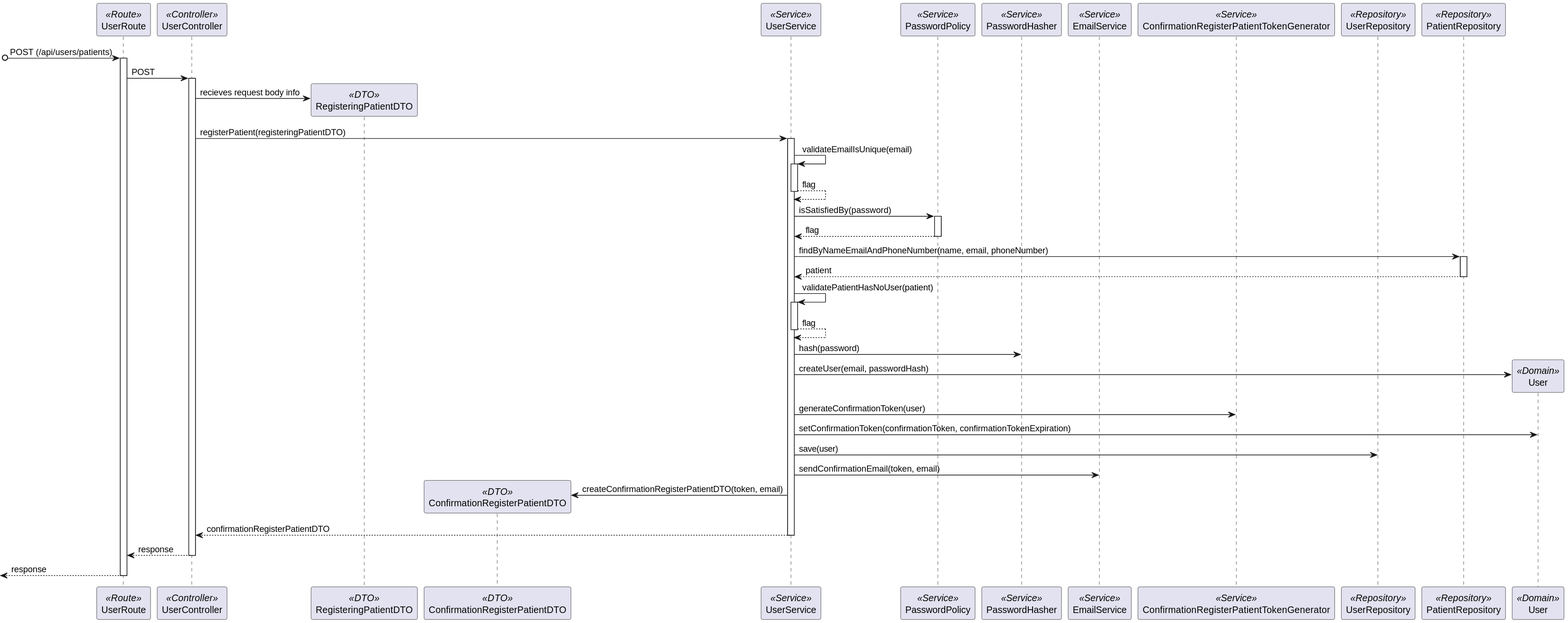
Earlier version of the PlantUML export docs/Sprint_1/US_5.1.3/L3/Process_View_Prior_Confirmation.svg (Rodrick0209/ISEP-SEM5PI-24-25). The source it was exported from:
```plantuml
@startuml
participant UserRoute as Route <<Route>>
participant UserController as Controller <<Controller>>
participant RegisteringPatientDTO as DTO <<DTO>>
participant ConfirmationRegisterPatientDTO as ConfirmationDTO <<DTO>>
participant UserService as Service <<Service>>
participant PasswordPolicy as Policy <<Service>>
participant PasswordHasher as Hasher <<Service>>
participant EmailService as EmailService <<Service>>
participant ConfirmationRegisterPatientTokenGenerator as TokenGenerator <<Service>>
participant UserRepository as Repository <<Repository>>
participant PatientRepository as PatientRepository <<Repository>>
participant User as Domain <<Domain>>
[o-> Route: POST (/api/users/patients)
activate Route
Route -> Controller : POST
activate Controller
Controller -> DTO** : recieves request body info
Controller -> Service : registerPatient(registeringPatientDTO)
activate Service
Service -> Service : validateEmailIsUnique(email)
activate Service
return flag
Service -> Policy : isSatisfiedBy(password)
activate Policy
return flag
Service -> PatientRepository : findByNameEmailAndPhoneNumber(name, email, phoneNumber)
activate PatientRepository
return patient
Service -> Service : validatePatientHasNoUser(patient)
activate Service
return flag
Service -> Hasher : hash(password)
Service -> Domain** : createUser(email, passwordHash)
Service -> TokenGenerator : generateConfirmationToken(user)
Service -> Domain : setConfirmationToken(confirmationToken, confirmationTokenExpiration)
Service -> Repository : save(user)
Service -> EmailService : sendConfirmationEmail(token, email)
Service -> ConfirmationDTO** : createConfirmationRegisterPatientDTO(token, email)
Service --> Controller : confirmationRegisterPatientDTO
deactivate Service
Controller --> Route : response
deactivate Controller
<-- Route : response
deactivate Route
@enduml
```
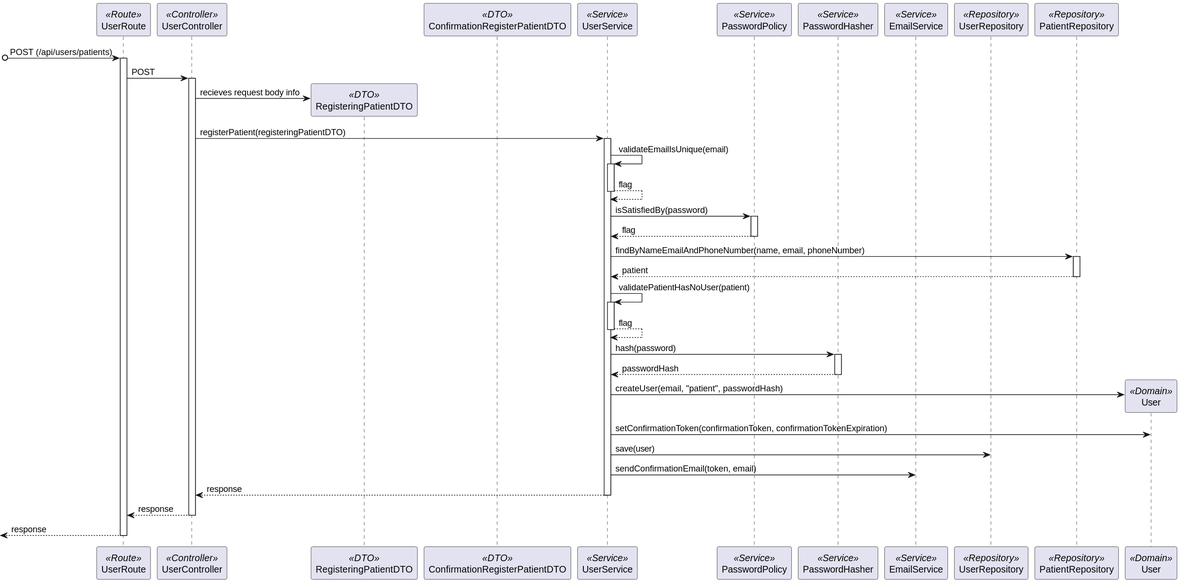
After the commit.

The edit, as a diff of the source:
```diff
@@ -7,7 +7,6 @@
 participant PasswordPolicy as Policy <<Service>>
 participant PasswordHasher as Hasher <<Service>>
 participant EmailService as EmailService <<Service>>
-participant ConfirmationRegisterPatientTokenGenerator as TokenGenerator <<Service>>
 participant UserRepository as Repository <<Repository>>
 participant PatientRepository as PatientRepository <<Repository>>
 participant User as Domain <<Domain>>
@@ -31,16 +30,14 @@
 activate Service
 return flag
 Service -> Hasher : hash(password)
-Service -> Domain** : createUser(email, passwordHash)
-Service -> TokenGenerator : generateConfirmationToken(user)
+activate Hasher
+return passwordHash
+Service -> Domain** : createUser(email, "patient", passwordHash)
 Service -> Domain : setConfirmationToken(confirmationToken, confirmationTokenExpiration)
 Service -> Repository : save(user)
 Service -> EmailService : sendConfirmationEmail(token, email)
-Service -> ConfirmationDTO** : createConfirmationRegisterPatientDTO(token, email)
-Service --> Controller : confirmationRegisterPatientDTO
-deactivate Service
-Controller --> Route : response
-deactivate Controller
+return response
+return response
 <-- Route : response
 deactivate Route
 @enduml
```
